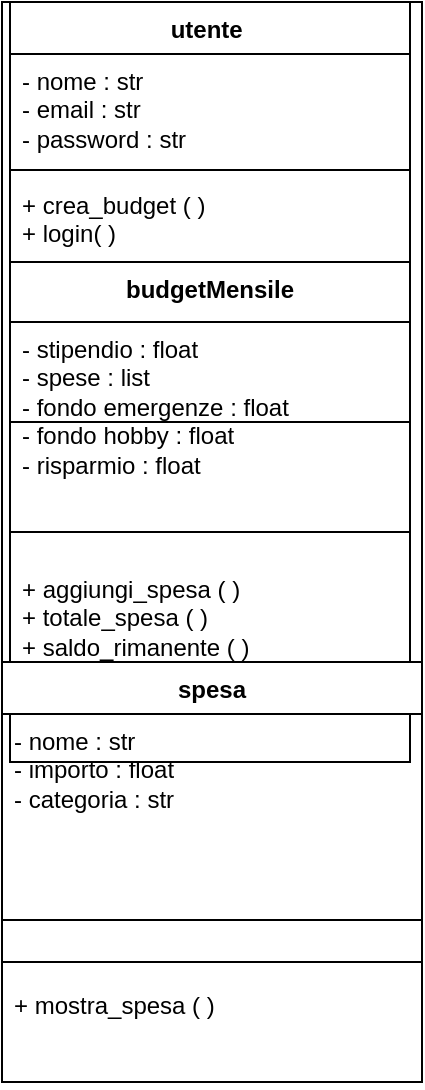
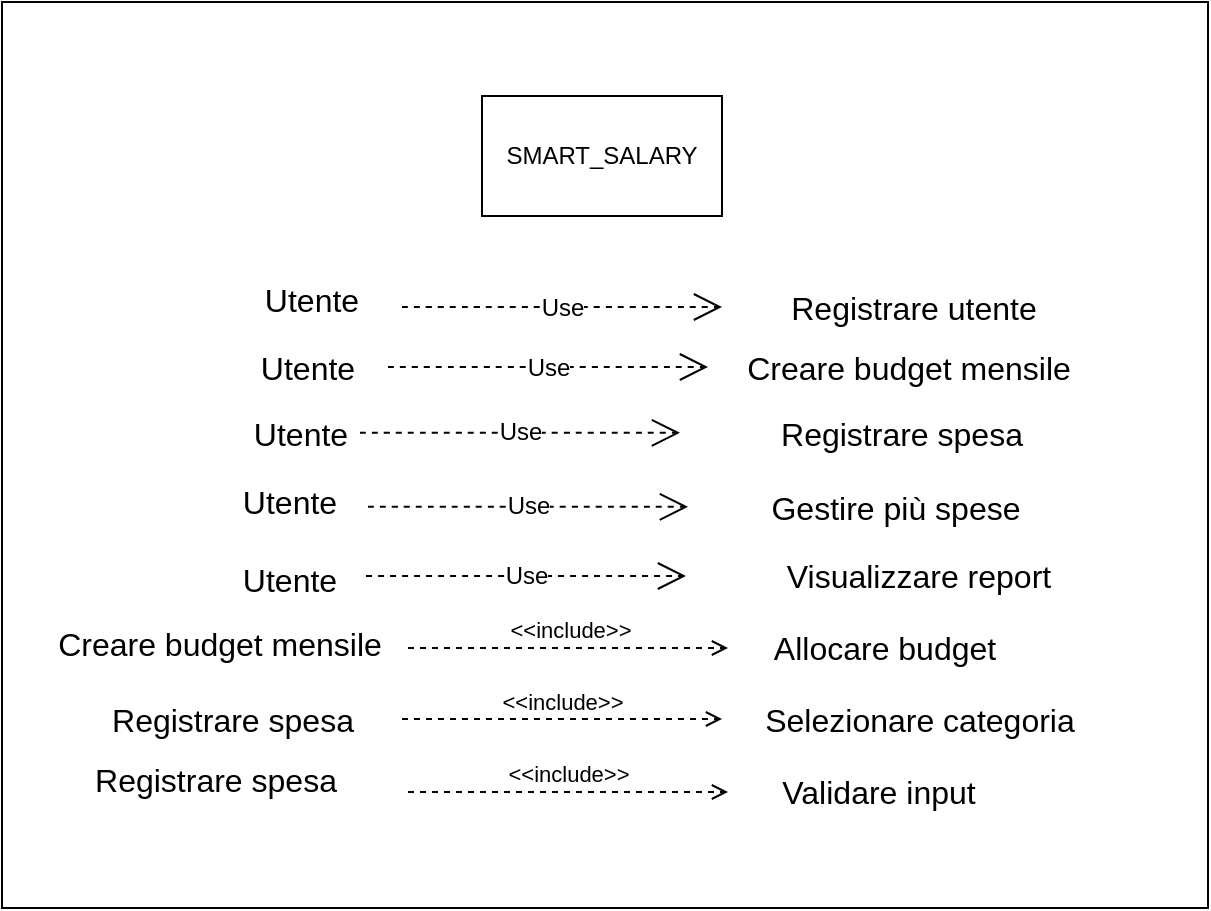
- <mxfile host="app.diagrams.net" pages="5">
-   <diagram name="Pagina-1" id="ZbweDoqfiL_EkxP2GZG-">
-     <mxGraphModel dx="3215" dy="530" grid="1" gridSize="10" guides="1" tooltips="1" connect="1" arrows="1" fold="1" page="1" pageScale="1" pageWidth="827" pageHeight="1169" math="0" shadow="0">
-       <root>
-         <mxCell id="0" />
-         <mxCell id="1" parent="0" />
-         <mxCell id="1-ks2WcSVF7xkuIxH-jl-20" parent="1" style="rounded=0;whiteSpace=wrap;html=1;" value="" vertex="1">
-           <mxGeometry height="480" width="210" x="410" y="140" as="geometry" />
-         </mxCell>
-         <mxCell id="1-ks2WcSVF7xkuIxH-jl-22" parent="1" style="swimlane;fontStyle=1;align=center;verticalAlign=top;childLayout=stackLayout;horizontal=1;startSize=26;horizontalStack=0;resizeParent=1;resizeParentMax=0;resizeLast=0;collapsible=1;marginBottom=0;whiteSpace=wrap;html=1;" value="utente&amp;nbsp;" vertex="1">
-           <mxGeometry height="210" width="200" x="414" y="140" as="geometry" />
-         </mxCell>
-         <mxCell id="1-ks2WcSVF7xkuIxH-jl-23" parent="1-ks2WcSVF7xkuIxH-jl-22" style="text;strokeColor=none;fillColor=none;align=left;verticalAlign=top;spacingLeft=4;spacingRight=4;overflow=hidden;rotatable=0;points=[[0,0.5],[1,0.5]];portConstraint=eastwest;whiteSpace=wrap;html=1;" value="- nome : str&amp;nbsp;&lt;div&gt;- email : str&amp;nbsp;&lt;/div&gt;&lt;div&gt;- password : str&amp;nbsp;&lt;/div&gt;" vertex="1">
-           <mxGeometry height="54" width="200" y="26" as="geometry" />
-         </mxCell>
-         <mxCell id="1-ks2WcSVF7xkuIxH-jl-24" parent="1-ks2WcSVF7xkuIxH-jl-22" style="line;strokeWidth=1;fillColor=none;align=left;verticalAlign=middle;spacingTop=-1;spacingLeft=3;spacingRight=3;rotatable=0;labelPosition=right;points=[];portConstraint=eastwest;strokeColor=inherit;" value="" vertex="1">
-           <mxGeometry height="8" width="200" y="80" as="geometry" />
-         </mxCell>
-         <mxCell id="1-ks2WcSVF7xkuIxH-jl-25" parent="1-ks2WcSVF7xkuIxH-jl-22" style="text;strokeColor=none;fillColor=none;align=left;verticalAlign=top;spacingLeft=4;spacingRight=4;overflow=hidden;rotatable=0;points=[[0,0.5],[1,0.5]];portConstraint=eastwest;whiteSpace=wrap;html=1;" value="+ crea_budget ( )&amp;nbsp;&lt;div&gt;+ login( )&amp;nbsp;&lt;/div&gt;" vertex="1">
-           <mxGeometry height="122" width="200" y="88" as="geometry" />
-         </mxCell>
-         <mxCell id="1-ks2WcSVF7xkuIxH-jl-26" parent="1" style="swimlane;fontStyle=1;align=center;verticalAlign=top;childLayout=stackLayout;horizontal=1;startSize=30;horizontalStack=0;resizeParent=1;resizeParentMax=0;resizeLast=0;collapsible=1;marginBottom=0;whiteSpace=wrap;html=1;" value="budgetMensile" vertex="1">
-           <mxGeometry height="250" width="200" x="414" y="270" as="geometry" />
-         </mxCell>
-         <mxCell id="1-ks2WcSVF7xkuIxH-jl-27" parent="1-ks2WcSVF7xkuIxH-jl-26" style="text;strokeColor=none;fillColor=none;align=left;verticalAlign=top;spacingLeft=4;spacingRight=4;overflow=hidden;rotatable=0;points=[[0,0.5],[1,0.5]];portConstraint=eastwest;whiteSpace=wrap;html=1;" value="- stipendio : float&amp;nbsp;&lt;div&gt;&lt;div&gt;- spese : list&amp;nbsp;&lt;br&gt;&lt;/div&gt;&lt;div&gt;- fondo emergenze : float&amp;nbsp;&lt;/div&gt;&lt;div&gt;- fondo hobby : float&amp;nbsp;&lt;/div&gt;&lt;div&gt;- risparmio : float&amp;nbsp;&lt;/div&gt;&lt;div&gt;&lt;br&gt;&lt;/div&gt;&lt;div&gt;&lt;br&gt;&lt;/div&gt;&lt;/div&gt;" vertex="1">
-           <mxGeometry height="90" width="200" y="30" as="geometry" />
-         </mxCell>
-         <mxCell id="1-ks2WcSVF7xkuIxH-jl-28" parent="1-ks2WcSVF7xkuIxH-jl-26" style="line;strokeWidth=1;fillColor=none;align=left;verticalAlign=middle;spacingTop=-1;spacingLeft=3;spacingRight=3;rotatable=0;labelPosition=right;points=[];portConstraint=eastwest;strokeColor=inherit;" value="" vertex="1">
-           <mxGeometry height="30" width="200" y="120" as="geometry" />
-         </mxCell>
-         <mxCell id="1-ks2WcSVF7xkuIxH-jl-29" parent="1-ks2WcSVF7xkuIxH-jl-26" style="text;strokeColor=none;fillColor=none;align=left;verticalAlign=top;spacingLeft=4;spacingRight=4;overflow=hidden;rotatable=0;points=[[0,0.5],[1,0.5]];portConstraint=eastwest;whiteSpace=wrap;html=1;" value="+ aggiungi_spesa ( )&lt;div&gt;+ totale_spesa ( )&lt;/div&gt;&lt;div&gt;+ saldo_rimanente ( )&amp;nbsp;&lt;/div&gt;&lt;div&gt;+ mostra_budget ( )&lt;/div&gt;" vertex="1">
-           <mxGeometry height="100" width="200" y="150" as="geometry" />
-         </mxCell>
-         <mxCell id="1-ks2WcSVF7xkuIxH-jl-30" parent="1" style="swimlane;fontStyle=1;align=center;verticalAlign=top;childLayout=stackLayout;horizontal=1;startSize=26;horizontalStack=0;resizeParent=1;resizeParentMax=0;resizeLast=0;collapsible=1;marginBottom=0;whiteSpace=wrap;html=1;" value="spesa" vertex="1">
-           <mxGeometry height="210" width="210" x="410" y="470" as="geometry" />
-         </mxCell>
-         <mxCell id="1-ks2WcSVF7xkuIxH-jl-31" parent="1-ks2WcSVF7xkuIxH-jl-30" style="text;strokeColor=none;fillColor=none;align=left;verticalAlign=top;spacingLeft=4;spacingRight=4;overflow=hidden;rotatable=0;points=[[0,0.5],[1,0.5]];portConstraint=eastwest;whiteSpace=wrap;html=1;" value="- nome : str&amp;nbsp;&lt;div&gt;- importo : float&amp;nbsp;&lt;/div&gt;&lt;div&gt;- categoria : str&amp;nbsp;&lt;/div&gt;" vertex="1">
-           <mxGeometry height="74" width="210" y="26" as="geometry" />
-         </mxCell>
-         <mxCell id="1-ks2WcSVF7xkuIxH-jl-32" parent="1-ks2WcSVF7xkuIxH-jl-30" style="line;strokeWidth=1;fillColor=none;align=left;verticalAlign=middle;spacingTop=-1;spacingLeft=3;spacingRight=3;rotatable=0;labelPosition=right;points=[];portConstraint=eastwest;strokeColor=inherit;" value="" vertex="1">
-           <mxGeometry height="58" width="210" y="100" as="geometry" />
-         </mxCell>
-         <mxCell id="1-ks2WcSVF7xkuIxH-jl-33" parent="1-ks2WcSVF7xkuIxH-jl-30" style="text;strokeColor=none;fillColor=none;align=left;verticalAlign=top;spacingLeft=4;spacingRight=4;overflow=hidden;rotatable=0;points=[[0,0.5],[1,0.5]];portConstraint=eastwest;whiteSpace=wrap;html=1;" value="+ mostra_spesa ( )" vertex="1">
-           <mxGeometry height="52" width="210" y="158" as="geometry" />
-         </mxCell>
-       </root>
-     </mxGraphModel>
-   </diagram>
+ <mxfile host="app.diagrams.net" pages="4">
  <diagram id="Hg2pPjG-ud1Y0xoN9laT" name="Pagina-2">
    <mxGraphModel dx="1030" dy="692" grid="0" gridSize="10" guides="1" tooltips="1" connect="1" arrows="1" fold="1" page="0" pageScale="1" pageWidth="827" pageHeight="1169" math="0" shadow="0">
      <root>
        <mxCell id="0" />
        <mxCell id="1" parent="0" />
        <mxCell id="_vh80ju9i2J5CANlufvW-1" parent="1" style="rounded=0;whiteSpace=wrap;html=1;" value="" vertex="1">
          <mxGeometry height="453" width="603" x="-71" y="14" as="geometry" />
        </mxCell>
        <mxCell id="_vh80ju9i2J5CANlufvW-9" parent="1" style="text;html=1;whiteSpace=wrap;strokeColor=none;fillColor=none;align=center;verticalAlign=middle;rounded=0;fontSize=16;" value="Registrare utente" vertex="1">
          <mxGeometry height="30" width="172" x="299" y="152" as="geometry" />
        </mxCell>
        <mxCell id="_vh80ju9i2J5CANlufvW-10" parent="1" style="text;html=1;whiteSpace=wrap;strokeColor=none;fillColor=none;align=center;verticalAlign=middle;rounded=0;fontSize=16;" value="Utente" vertex="1">
          <mxGeometry height="30" width="60" x="54" y="148" as="geometry" />
        </mxCell>
        <mxCell id="_vh80ju9i2J5CANlufvW-13" parent="1" style="text;html=1;whiteSpace=wrap;strokeColor=none;fillColor=none;align=center;verticalAlign=middle;rounded=0;fontSize=16;" value="Utente" vertex="1">
          <mxGeometry height="30" width="60" x="52" y="182" as="geometry" />
        </mxCell>
        <mxCell id="_vh80ju9i2J5CANlufvW-14" parent="1" style="text;html=1;whiteSpace=wrap;strokeColor=none;fillColor=none;align=center;verticalAlign=middle;rounded=0;fontSize=16;" value="Creare budget mensile" vertex="1">
          <mxGeometry height="30" width="255" x="255" y="182" as="geometry" />
        </mxCell>
        <mxCell id="_vh80ju9i2J5CANlufvW-16" parent="1" style="text;html=1;whiteSpace=wrap;strokeColor=none;fillColor=none;align=center;verticalAlign=middle;rounded=0;fontSize=16;" value="Utente" vertex="1">
          <mxGeometry height="30" width="67" x="45" y="215" as="geometry" />
        </mxCell>
        <mxCell id="_vh80ju9i2J5CANlufvW-17" parent="1" style="text;html=1;whiteSpace=wrap;strokeColor=none;fillColor=none;align=center;verticalAlign=middle;rounded=0;fontSize=16;" value="Registrare spesa" vertex="1">
          <mxGeometry height="30" width="230" x="264" y="215" as="geometry" />
        </mxCell>
        <mxCell id="_vh80ju9i2J5CANlufvW-19" edge="1" parent="1" style="endArrow=open;endSize=12;dashed=1;html=1;rounded=0;fontSize=12;curved=1;" value="Use">
          <mxGeometry relative="1" width="160" as="geometry">
            <mxPoint as="offset" />
            <Array as="points">
              <mxPoint x="223" y="301" />
            </Array>
            <mxPoint x="111" y="301" as="sourcePoint" />
            <mxPoint x="271" y="301" as="targetPoint" />
          </mxGeometry>
        </mxCell>
        <mxCell id="_vh80ju9i2J5CANlufvW-20" edge="1" parent="1" style="endArrow=open;endSize=12;dashed=1;html=1;rounded=0;fontSize=12;curved=1;" value="Use">
          <mxGeometry relative="1" width="160" as="geometry">
            <mxPoint as="offset" />
            <Array as="points" />
            <mxPoint x="112" y="266.41" as="sourcePoint" />
            <mxPoint x="272" y="266.41" as="targetPoint" />
          </mxGeometry>
        </mxCell>
        <mxCell id="_vh80ju9i2J5CANlufvW-22" parent="1" style="text;html=1;whiteSpace=wrap;strokeColor=none;fillColor=none;align=center;verticalAlign=middle;rounded=0;fontSize=16;" value="Utente" vertex="1">
          <mxGeometry height="30" width="60" x="42.5" y="249" as="geometry" />
        </mxCell>
        <mxCell id="_vh80ju9i2J5CANlufvW-23" parent="1" style="text;html=1;whiteSpace=wrap;strokeColor=none;fillColor=none;align=center;verticalAlign=middle;rounded=0;fontSize=16;" value="Gestire più spese" vertex="1">
          <mxGeometry height="30" width="174" x="289" y="252" as="geometry" />
        </mxCell>
        <mxCell id="_vh80ju9i2J5CANlufvW-24" parent="1" style="text;html=1;whiteSpace=wrap;strokeColor=none;fillColor=none;align=center;verticalAlign=middle;rounded=0;fontSize=16;" value="Utente" vertex="1">
          <mxGeometry height="30" width="60" x="42.5" y="288" as="geometry" />
        </mxCell>
        <mxCell id="_vh80ju9i2J5CANlufvW-25" parent="1" style="text;html=1;whiteSpace=wrap;strokeColor=none;fillColor=none;align=center;verticalAlign=middle;rounded=0;fontSize=16;" value="Visualizzare report" vertex="1">
          <mxGeometry height="30" width="213" x="281" y="286" as="geometry" />
        </mxCell>
        <mxCell id="_vh80ju9i2J5CANlufvW-30" parent="1" style="text;html=1;whiteSpace=wrap;strokeColor=none;fillColor=none;align=center;verticalAlign=middle;rounded=0;fontSize=16;" value="Registrare spesa" vertex="1">
          <mxGeometry height="30" width="148.5" x="-30" y="358" as="geometry" />
        </mxCell>
        <mxCell id="_vh80ju9i2J5CANlufvW-32" parent="1" style="text;html=1;whiteSpace=wrap;strokeColor=none;fillColor=none;align=center;verticalAlign=middle;rounded=0;fontSize=16;" value="Selezionare categoria" vertex="1">
          <mxGeometry height="30" width="238" x="268.5" y="358" as="geometry" />
        </mxCell>
        <mxCell id="_vh80ju9i2J5CANlufvW-33" edge="1" parent="1" style="endArrow=open;endSize=12;dashed=1;html=1;rounded=0;fontSize=12;curved=1;" value="Use">
          <mxGeometry relative="1" width="160" as="geometry">
            <mxPoint x="108" y="229.41" as="sourcePoint" />
            <mxPoint x="268" y="229.41" as="targetPoint" />
          </mxGeometry>
        </mxCell>
        <mxCell id="_vh80ju9i2J5CANlufvW-34" edge="1" parent="1" style="endArrow=open;endSize=12;dashed=1;html=1;rounded=0;fontSize=12;curved=1;" value="Use">
          <mxGeometry relative="1" width="160" as="geometry">
            <mxPoint x="122" y="196.5" as="sourcePoint" />
            <mxPoint x="282" y="196.5" as="targetPoint" />
          </mxGeometry>
        </mxCell>
        <mxCell id="_vh80ju9i2J5CANlufvW-35" parent="1" style="whiteSpace=wrap;html=1;" value="SMART_SALARY" vertex="1">
          <mxGeometry height="60" width="120" x="169" y="61" as="geometry" />
        </mxCell>
        <mxCell id="EoRZ2p-oOsGq0fFAATfX-17" parent="1" style="text;html=1;whiteSpace=wrap;strokeColor=none;fillColor=none;align=center;verticalAlign=middle;rounded=0;fontSize=16;" value="Validare input" vertex="1">
          <mxGeometry height="30" width="225" x="255" y="394" as="geometry" />
        </mxCell>
        <mxCell id="EoRZ2p-oOsGq0fFAATfX-18" parent="1" style="text;html=1;whiteSpace=wrap;strokeColor=none;fillColor=none;align=center;verticalAlign=middle;rounded=0;fontSize=16;" value="Registrare spesa" vertex="1">
          <mxGeometry height="30" width="133.5" x="-31" y="388" as="geometry" />
        </mxCell>
        <mxCell id="v6jFZjv9my2g0ShLtgoS-1" edge="1" parent="1" style="endArrow=open;endSize=12;dashed=1;html=1;rounded=0;fontSize=12;curved=1;" value="Use">
          <mxGeometry relative="1" width="160" as="geometry">
            <mxPoint x="129" y="166.5" as="sourcePoint" />
            <mxPoint x="289" y="166.5" as="targetPoint" />
          </mxGeometry>
        </mxCell>
        <mxCell id="fF_D-x0YhXEa8wNRLYrA-1" edge="1" parent="1" style="html=1;verticalAlign=bottom;labelBackgroundColor=none;endArrow=open;endFill=0;dashed=1;rounded=0;" value="&amp;lt;&amp;lt;include&amp;gt;&amp;gt;">
          <mxGeometry relative="1" width="160" x="0.0125" as="geometry">
            <mxPoint as="offset" />
            <mxPoint x="132" y="337" as="sourcePoint" />
            <mxPoint x="292" y="337" as="targetPoint" />
          </mxGeometry>
        </mxCell>
        <mxCell id="fF_D-x0YhXEa8wNRLYrA-2" parent="1" style="text;html=1;whiteSpace=wrap;strokeColor=none;fillColor=none;align=center;verticalAlign=middle;rounded=0;fontSize=16;" value="Creare budget mensile" vertex="1">
          <mxGeometry height="30" width="218" x="-71" y="320" as="geometry" />
        </mxCell>
        <mxCell id="fF_D-x0YhXEa8wNRLYrA-3" parent="1" style="text;html=1;whiteSpace=wrap;strokeColor=none;fillColor=none;align=center;verticalAlign=middle;rounded=0;fontSize=16;" value="Allocare budget" vertex="1">
          <mxGeometry height="30" width="213" x="264" y="322" as="geometry" />
        </mxCell>
        <mxCell id="fF_D-x0YhXEa8wNRLYrA-4" edge="1" parent="1" style="html=1;verticalAlign=bottom;labelBackgroundColor=none;endArrow=open;endFill=0;dashed=1;rounded=0;" value="&amp;lt;&amp;lt;include&amp;gt;&amp;gt;">
          <mxGeometry relative="1" width="160" as="geometry">
            <mxPoint x="129" y="372.5" as="sourcePoint" />
            <mxPoint x="289" y="372.5" as="targetPoint" />
          </mxGeometry>
        </mxCell>
        <mxCell id="fF_D-x0YhXEa8wNRLYrA-5" edge="1" parent="1" style="html=1;verticalAlign=bottom;labelBackgroundColor=none;endArrow=open;endFill=0;dashed=1;rounded=0;" value="&amp;lt;&amp;lt;include&amp;gt;&amp;gt;">
          <mxGeometry relative="1" width="160" as="geometry">
            <mxPoint x="132" y="409" as="sourcePoint" />
            <mxPoint x="292" y="409" as="targetPoint" />
          </mxGeometry>
        </mxCell>
      </root>
    </mxGraphModel>
  </diagram>
  <diagram id="mcoDkWA3a-CiIypFmD-Z" name="Pagina-3">
    <mxGraphModel dx="840" dy="1323" grid="0" gridSize="10" guides="1" tooltips="1" connect="1" arrows="1" fold="1" page="0" pageScale="1" pageWidth="827" pageHeight="1169" math="0" shadow="0">
      <root>
        <mxCell id="0" />
        <mxCell id="1" parent="0" />
        <mxCell id="xCYKCblLVgsljZJYWA-N-1" parent="1" style="swimlane;fontStyle=1;align=center;verticalAlign=top;childLayout=stackLayout;horizontal=1;startSize=26;horizontalStack=0;resizeParent=1;resizeParentMax=0;resizeLast=0;collapsible=1;marginBottom=0;whiteSpace=wrap;html=1;" value="utente" vertex="1">
          <mxGeometry height="137" width="389" x="23" y="-203" as="geometry" />
        </mxCell>
        <mxCell id="xCYKCblLVgsljZJYWA-N-2" parent="xCYKCblLVgsljZJYWA-N-1" style="text;strokeColor=none;fillColor=none;align=left;verticalAlign=top;spacingLeft=4;spacingRight=4;overflow=hidden;rotatable=0;points=[[0,0.5],[1,0.5]];portConstraint=eastwest;whiteSpace=wrap;html=1;" value="- nome : str&amp;nbsp;&lt;div&gt;- email : str&lt;/div&gt;&lt;div&gt;- budget : BudgetMensile&amp;nbsp;&lt;/div&gt;" vertex="1">
          <mxGeometry height="54" width="389" y="26" as="geometry" />
        </mxCell>
        <mxCell id="xCYKCblLVgsljZJYWA-N-3" parent="xCYKCblLVgsljZJYWA-N-1" style="line;strokeWidth=1;fillColor=none;align=left;verticalAlign=middle;spacingTop=-1;spacingLeft=3;spacingRight=3;rotatable=0;labelPosition=right;points=[];portConstraint=eastwest;strokeColor=inherit;" value="" vertex="1">
          <mxGeometry height="8" width="389" y="80" as="geometry" />
        </mxCell>
        <mxCell id="xCYKCblLVgsljZJYWA-N-4" parent="xCYKCblLVgsljZJYWA-N-1" style="text;strokeColor=none;fillColor=none;align=left;verticalAlign=top;spacingLeft=4;spacingRight=4;overflow=hidden;rotatable=0;points=[[0,0.5],[1,0.5]];portConstraint=eastwest;whiteSpace=wrap;html=1;" value="+ assegna_budget()&amp;nbsp;&lt;div&gt;+ lmostra_utente()&amp;nbsp;&lt;/div&gt;" vertex="1">
          <mxGeometry height="49" width="389" y="88" as="geometry" />
        </mxCell>
        <mxCell id="xCYKCblLVgsljZJYWA-N-5" parent="1" style="swimlane;fontStyle=1;align=center;verticalAlign=top;childLayout=stackLayout;horizontal=1;startSize=26;horizontalStack=0;resizeParent=1;resizeParentMax=0;resizeLast=0;collapsible=1;marginBottom=0;whiteSpace=wrap;html=1;" value="BudgetMensile" vertex="1">
          <mxGeometry height="186" width="388" x="22" y="-66" as="geometry" />
        </mxCell>
        <mxCell id="xCYKCblLVgsljZJYWA-N-6" parent="xCYKCblLVgsljZJYWA-N-5" style="text;strokeColor=none;fillColor=none;align=left;verticalAlign=top;spacingLeft=4;spacingRight=4;overflow=hidden;rotatable=0;points=[[0,0.5],[1,0.5]];portConstraint=eastwest;whiteSpace=wrap;html=1;" value="- stipendio : float&amp;nbsp;&lt;div&gt;- saldo : float&amp;nbsp;&lt;/div&gt;&lt;div&gt;- categorie : List&amp;nbsp;&lt;/div&gt;&lt;div&gt;- fondi : List&lt;/div&gt;&lt;div&gt;- spese : List&lt;/div&gt;" vertex="1">
          <mxGeometry height="82" width="388" y="26" as="geometry" />
        </mxCell>
        <mxCell id="xCYKCblLVgsljZJYWA-N-7" parent="xCYKCblLVgsljZJYWA-N-5" style="line;strokeWidth=1;fillColor=none;align=left;verticalAlign=middle;spacingTop=-1;spacingLeft=3;spacingRight=3;rotatable=0;labelPosition=right;points=[];portConstraint=eastwest;strokeColor=inherit;" value="" vertex="1">
          <mxGeometry height="8" width="388" y="108" as="geometry" />
        </mxCell>
        <mxCell id="xCYKCblLVgsljZJYWA-N-8" parent="xCYKCblLVgsljZJYWA-N-5" style="text;strokeColor=none;fillColor=none;align=left;verticalAlign=top;spacingLeft=4;spacingRight=4;overflow=hidden;rotatable=0;points=[[0,0.5],[1,0.5]];portConstraint=eastwest;whiteSpace=wrap;html=1;" value="+ aggiungi_categoria()&amp;nbsp;&lt;div&gt;&lt;div&gt;+ aggiungi_fondo()&lt;/div&gt;&lt;div&gt;+ aggiungi_spesa()&lt;/div&gt;&lt;div&gt;+ mostra_budget()&amp;nbsp;&lt;/div&gt;&lt;/div&gt;" vertex="1">
          <mxGeometry height="70" width="388" y="116" as="geometry" />
        </mxCell>
        <mxCell id="xCYKCblLVgsljZJYWA-N-9" parent="1" style="swimlane;fontStyle=1;align=center;verticalAlign=top;childLayout=stackLayout;horizontal=1;startSize=26;horizontalStack=0;resizeParent=1;resizeParentMax=0;resizeLast=0;collapsible=1;marginBottom=0;whiteSpace=wrap;html=1;" value="spesa" vertex="1">
          <mxGeometry height="120" width="389" x="22" y="350" as="geometry" />
        </mxCell>
        <mxCell id="xCYKCblLVgsljZJYWA-N-10" parent="xCYKCblLVgsljZJYWA-N-9" style="text;strokeColor=none;fillColor=none;align=left;verticalAlign=top;spacingLeft=4;spacingRight=4;overflow=hidden;rotatable=0;points=[[0,0.5],[1,0.5]];portConstraint=eastwest;whiteSpace=wrap;html=1;" value="- nome : str&amp;nbsp;&lt;div&gt;- importo : float&amp;nbsp;&lt;/div&gt;&lt;div&gt;- categoria : Categoria&lt;/div&gt;" vertex="1">
          <mxGeometry height="54" width="389" y="26" as="geometry" />
        </mxCell>
        <mxCell id="xCYKCblLVgsljZJYWA-N-11" parent="xCYKCblLVgsljZJYWA-N-9" style="line;strokeWidth=1;fillColor=none;align=left;verticalAlign=middle;spacingTop=-1;spacingLeft=3;spacingRight=3;rotatable=0;labelPosition=right;points=[];portConstraint=eastwest;strokeColor=inherit;" value="" vertex="1">
          <mxGeometry height="8" width="389" y="80" as="geometry" />
        </mxCell>
        <mxCell id="xCYKCblLVgsljZJYWA-N-12" parent="xCYKCblLVgsljZJYWA-N-9" style="text;strokeColor=none;fillColor=none;align=left;verticalAlign=top;spacingLeft=4;spacingRight=4;overflow=hidden;rotatable=0;points=[[0,0.5],[1,0.5]];portConstraint=eastwest;whiteSpace=wrap;html=1;" value="+ mostra_spesa ()&amp;nbsp;" vertex="1">
          <mxGeometry height="32" width="389" y="88" as="geometry" />
        </mxCell>
        <mxCell id="xCYKCblLVgsljZJYWA-N-13" parent="1" style="swimlane;fontStyle=1;align=center;verticalAlign=top;childLayout=stackLayout;horizontal=1;startSize=26;horizontalStack=0;resizeParent=1;resizeParentMax=0;resizeLast=0;collapsible=1;marginBottom=0;whiteSpace=wrap;html=1;" value="fondo" vertex="1">
          <mxGeometry height="117" width="389" x="22" y="233" as="geometry" />
        </mxCell>
        <mxCell id="xCYKCblLVgsljZJYWA-N-14" parent="xCYKCblLVgsljZJYWA-N-13" style="text;strokeColor=none;fillColor=none;align=left;verticalAlign=top;spacingLeft=4;spacingRight=4;overflow=hidden;rotatable=0;points=[[0,0.5],[1,0.5]];portConstraint=eastwest;whiteSpace=wrap;html=1;" value="- nome : str &amp;nbsp;&lt;div&gt;- saldo : float&amp;nbsp;&lt;/div&gt;" vertex="1">
          <mxGeometry height="41" width="389" y="26" as="geometry" />
        </mxCell>
        <mxCell id="xCYKCblLVgsljZJYWA-N-15" parent="xCYKCblLVgsljZJYWA-N-13" style="line;strokeWidth=1;fillColor=none;align=left;verticalAlign=middle;spacingTop=-1;spacingLeft=3;spacingRight=3;rotatable=0;labelPosition=right;points=[];portConstraint=eastwest;strokeColor=inherit;" value="" vertex="1">
          <mxGeometry height="8" width="389" y="67" as="geometry" />
        </mxCell>
        <mxCell id="xCYKCblLVgsljZJYWA-N-16" parent="xCYKCblLVgsljZJYWA-N-13" style="text;strokeColor=none;fillColor=none;align=left;verticalAlign=top;spacingLeft=4;spacingRight=4;overflow=hidden;rotatable=0;points=[[0,0.5],[1,0.5]];portConstraint=eastwest;whiteSpace=wrap;html=1;" value="+ aggiungi_importo()&lt;div&gt;+ mostra_fondo()&amp;nbsp;&lt;/div&gt;" vertex="1">
          <mxGeometry height="42" width="389" y="75" as="geometry" />
        </mxCell>
        <mxCell id="xCYKCblLVgsljZJYWA-N-17" parent="1" style="swimlane;fontStyle=1;align=center;verticalAlign=top;childLayout=stackLayout;horizontal=1;startSize=26;horizontalStack=0;resizeParent=1;resizeParentMax=0;resizeLast=0;collapsible=1;marginBottom=0;whiteSpace=wrap;html=1;" value="categoria" vertex="1">
          <mxGeometry height="113" width="388" x="22" y="120" as="geometry" />
        </mxCell>
        <mxCell id="xCYKCblLVgsljZJYWA-N-18" parent="xCYKCblLVgsljZJYWA-N-17" style="text;strokeColor=none;fillColor=none;align=left;verticalAlign=top;spacingLeft=4;spacingRight=4;overflow=hidden;rotatable=0;points=[[0,0.5],[1,0.5]];portConstraint=eastwest;whiteSpace=wrap;html=1;" value="- nome : str&amp;nbsp;&lt;div&gt;- priorita : int&amp;nbsp;&lt;/div&gt;&lt;div&gt;- percentuale : float&amp;nbsp;&lt;/div&gt;" vertex="1">
          <mxGeometry height="53" width="388" y="26" as="geometry" />
        </mxCell>
        <mxCell id="xCYKCblLVgsljZJYWA-N-19" parent="xCYKCblLVgsljZJYWA-N-17" style="line;strokeWidth=1;fillColor=none;align=left;verticalAlign=middle;spacingTop=-1;spacingLeft=3;spacingRight=3;rotatable=0;labelPosition=right;points=[];portConstraint=eastwest;strokeColor=inherit;" value="" vertex="1">
          <mxGeometry height="8" width="388" y="79" as="geometry" />
        </mxCell>
        <mxCell id="xCYKCblLVgsljZJYWA-N-20" parent="xCYKCblLVgsljZJYWA-N-17" style="text;strokeColor=none;fillColor=none;align=left;verticalAlign=top;spacingLeft=4;spacingRight=4;overflow=hidden;rotatable=0;points=[[0,0.5],[1,0.5]];portConstraint=eastwest;whiteSpace=wrap;html=1;" value="+ mostra_categoria()" vertex="1">
          <mxGeometry height="26" width="388" y="87" as="geometry" />
        </mxCell>
        <mxCell id="xCYKCblLVgsljZJYWA-N-33" parent="1" style="swimlane;fontStyle=0;childLayout=stackLayout;horizontal=1;startSize=26;fillColor=none;horizontalStack=0;resizeParent=1;resizeParentMax=0;resizeLast=0;collapsible=1;marginBottom=0;whiteSpace=wrap;html=1;" value="APPCONTROLLER&amp;nbsp;" vertex="1">
          <mxGeometry height="52" width="387" x="22" y="787" as="geometry" />
        </mxCell>
        <mxCell id="xCYKCblLVgsljZJYWA-N-34" parent="xCYKCblLVgsljZJYWA-N-33" style="text;strokeColor=none;fillColor=none;align=left;verticalAlign=top;spacingLeft=4;spacingRight=4;overflow=hidden;rotatable=0;points=[[0,0.5],[1,0.5]];portConstraint=eastwest;whiteSpace=wrap;html=1;" value="+ start ()&amp;nbsp;" vertex="1">
          <mxGeometry height="26" width="387" y="26" as="geometry" />
        </mxCell>
        <mxCell id="xCYKCblLVgsljZJYWA-N-37" parent="1" style="swimlane;fontStyle=0;childLayout=stackLayout;horizontal=1;startSize=26;fillColor=none;horizontalStack=0;resizeParent=1;resizeParentMax=0;resizeLast=0;collapsible=1;marginBottom=0;whiteSpace=wrap;html=1;" value="BudgetService" vertex="1">
          <mxGeometry height="104" width="391" x="22" y="470" as="geometry" />
        </mxCell>
        <mxCell id="xCYKCblLVgsljZJYWA-N-38" parent="xCYKCblLVgsljZJYWA-N-37" style="text;strokeColor=none;fillColor=none;align=left;verticalAlign=top;spacingLeft=4;spacingRight=4;overflow=hidden;rotatable=0;points=[[0,0.5],[1,0.5]];portConstraint=eastwest;whiteSpace=wrap;html=1;" value="+ crea_budeget()&amp;nbsp;" vertex="1">
          <mxGeometry height="26" width="391" y="26" as="geometry" />
        </mxCell>
        <mxCell id="xCYKCblLVgsljZJYWA-N-39" parent="xCYKCblLVgsljZJYWA-N-37" style="text;strokeColor=none;fillColor=none;align=left;verticalAlign=top;spacingLeft=4;spacingRight=4;overflow=hidden;rotatable=0;points=[[0,0.5],[1,0.5]];portConstraint=eastwest;whiteSpace=wrap;html=1;" value="+ aggiungi_categoria()&amp;nbsp;" vertex="1">
          <mxGeometry height="26" width="391" y="52" as="geometry" />
        </mxCell>
        <mxCell id="xCYKCblLVgsljZJYWA-N-40" parent="xCYKCblLVgsljZJYWA-N-37" style="text;strokeColor=none;fillColor=none;align=left;verticalAlign=top;spacingLeft=4;spacingRight=4;overflow=hidden;rotatable=0;points=[[0,0.5],[1,0.5]];portConstraint=eastwest;whiteSpace=wrap;html=1;" value="+ aggiungi_spesa()&amp;nbsp;" vertex="1">
          <mxGeometry height="26" width="391" y="78" as="geometry" />
        </mxCell>
        <mxCell id="xCYKCblLVgsljZJYWA-N-41" parent="1" style="swimlane;fontStyle=0;childLayout=stackLayout;horizontal=1;startSize=26;fillColor=none;horizontalStack=0;resizeParent=1;resizeParentMax=0;resizeLast=0;collapsible=1;marginBottom=0;whiteSpace=wrap;html=1;" value="&lt;span style=&quot;font-weight: 700;&quot;&gt;REPORTSERVICE&lt;/span&gt;" vertex="1">
          <mxGeometry height="52" width="388" x="22.5" y="626" as="geometry" />
        </mxCell>
        <mxCell id="xCYKCblLVgsljZJYWA-N-44" parent="xCYKCblLVgsljZJYWA-N-41" style="text;strokeColor=none;fillColor=none;align=left;verticalAlign=top;spacingLeft=4;spacingRight=4;overflow=hidden;rotatable=0;points=[[0,0.5],[1,0.5]];portConstraint=eastwest;whiteSpace=wrap;html=1;" value="+ genera_report ()&amp;nbsp;" vertex="1">
          <mxGeometry height="26" width="388" y="26" as="geometry" />
        </mxCell>
        <mxCell id="xCYKCblLVgsljZJYWA-N-45" parent="1" style="swimlane;fontStyle=0;childLayout=stackLayout;horizontal=1;startSize=26;fillColor=none;horizontalStack=0;resizeParent=1;resizeParentMax=0;resizeLast=0;collapsible=1;marginBottom=0;whiteSpace=wrap;html=1;" value="AllocazioneService" vertex="1">
          <mxGeometry height="52" width="388" x="22" y="574" as="geometry" />
        </mxCell>
        <mxCell id="xCYKCblLVgsljZJYWA-N-46" parent="xCYKCblLVgsljZJYWA-N-45" style="text;strokeColor=none;fillColor=none;align=left;verticalAlign=top;spacingLeft=4;spacingRight=4;overflow=hidden;rotatable=0;points=[[0,0.5],[1,0.5]];portConstraint=eastwest;whiteSpace=wrap;html=1;" value="+ alloca_budget()&amp;nbsp;" vertex="1">
          <mxGeometry height="26" width="388" y="26" as="geometry" />
        </mxCell>
        <mxCell id="Aq6hCuk4bC-hq_E02iHc-1" parent="1" style="swimlane;fontStyle=1;align=center;verticalAlign=top;childLayout=stackLayout;horizontal=1;startSize=26;horizontalStack=0;resizeParent=1;resizeParentMax=0;resizeLast=0;collapsible=1;marginBottom=0;whiteSpace=wrap;html=1;" value="BudgetRepository" vertex="1">
          <mxGeometry height="109" width="389" x="22" y="678" as="geometry" />
        </mxCell>
        <mxCell id="Aq6hCuk4bC-hq_E02iHc-2" parent="Aq6hCuk4bC-hq_E02iHc-1" style="text;strokeColor=none;fillColor=none;align=left;verticalAlign=top;spacingLeft=4;spacingRight=4;overflow=hidden;rotatable=0;points=[[0,0.5],[1,0.5]];portConstraint=eastwest;whiteSpace=wrap;html=1;" value="- budget_salvato" vertex="1">
          <mxGeometry height="30" width="389" y="26" as="geometry" />
        </mxCell>
        <mxCell id="Aq6hCuk4bC-hq_E02iHc-3" parent="Aq6hCuk4bC-hq_E02iHc-1" style="line;strokeWidth=1;fillColor=none;align=left;verticalAlign=middle;spacingTop=-1;spacingLeft=3;spacingRight=3;rotatable=0;labelPosition=right;points=[];portConstraint=eastwest;strokeColor=inherit;" value="" vertex="1">
          <mxGeometry height="8" width="389" y="56" as="geometry" />
        </mxCell>
        <mxCell id="Aq6hCuk4bC-hq_E02iHc-4" parent="Aq6hCuk4bC-hq_E02iHc-1" style="text;strokeColor=none;fillColor=none;align=left;verticalAlign=top;spacingLeft=4;spacingRight=4;overflow=hidden;rotatable=0;points=[[0,0.5],[1,0.5]];portConstraint=eastwest;whiteSpace=wrap;html=1;" value="+ salva_budget()&lt;div&gt;+ carica_budget()&lt;/div&gt;" vertex="1">
          <mxGeometry height="45" width="389" y="64" as="geometry" />
        </mxCell>
      </root>
    </mxGraphModel>
  </diagram>
  <diagram id="Wiw77eZwSzH2ggtqHQHb" name="Pagina-4">
    <mxGraphModel dx="700" dy="769" grid="0" gridSize="10" guides="1" tooltips="1" connect="1" arrows="1" fold="1" page="0" pageScale="1" pageWidth="827" pageHeight="1169" math="0" shadow="0">
      <root>
        <mxCell id="0" />
        <mxCell id="1" parent="0" />
        <mxCell id="4CHAJoZvO35D4PWErL26-1" parent="1" style="rounded=1;whiteSpace=wrap;html=1;arcSize=40;fontColor=#000000;fillColor=#ffffc0;strokeColor=#ff0000;" value="Activity" vertex="1">
          <mxGeometry height="40" width="120" x="140" y="150" as="geometry" />
        </mxCell>
        <mxCell id="4CHAJoZvO35D4PWErL26-2" edge="1" parent="1" source="4CHAJoZvO35D4PWErL26-1" style="edgeStyle=orthogonalEdgeStyle;html=1;verticalAlign=bottom;endArrow=open;endSize=8;strokeColor=#ff0000;rounded=0;fontSize=12;curved=1;" value="">
          <mxGeometry relative="1" as="geometry">
            <mxPoint x="200" y="250" as="targetPoint" />
          </mxGeometry>
        </mxCell>
        <mxCell id="4CHAJoZvO35D4PWErL26-3" parent="1" style="strokeWidth=2;html=1;shape=mxgraph.flowchart.start_2;whiteSpace=wrap;" value="" vertex="1">
          <mxGeometry height="42" width="43" x="178.5" y="251" as="geometry" />
        </mxCell>
        <mxCell id="4CHAJoZvO35D4PWErL26-4" parent="1" style="rounded=1;whiteSpace=wrap;html=1;" value="&lt;div style=&quot;text-align: start;&quot;&gt;Inserimento nome&lt;/div&gt;&lt;div style=&quot;text-align: start;&quot;&gt;&lt;br&gt;&lt;/div&gt;&lt;div style=&quot;text-align: start;&quot;&gt;Inserimento email&lt;/div&gt;&lt;br style=&quot;text-align: start;&quot;&gt;&lt;div style=&quot;text-align: start;&quot;&gt;Inserimento stipendio&lt;/div&gt;&lt;br style=&quot;text-align: start;&quot;&gt;&lt;div style=&quot;text-align: start;&quot;&gt;validazione stipendio&lt;/div&gt;&lt;br style=&quot;text-align: start;&quot;&gt;&lt;div style=&quot;text-align: start;&quot;&gt;Creazione budget&lt;/div&gt;&lt;br style=&quot;text-align: start;&quot;&gt;&lt;div style=&quot;text-align: start;&quot;&gt;Salvataggio budget&lt;/div&gt;&lt;br style=&quot;text-align: start;&quot;&gt;&lt;div style=&quot;text-align: start;&quot;&gt;Creazione categorie&amp;nbsp;&lt;/div&gt;&lt;br style=&quot;text-align: start;&quot;&gt;&lt;div style=&quot;text-align: start;&quot;&gt;Allocazione fondi&lt;/div&gt;&lt;br style=&quot;text-align: start;&quot;&gt;&lt;div style=&quot;text-align: start;&quot;&gt;Inserimento spesa&lt;/div&gt;&lt;div style=&quot;text-align: start;&quot;&gt;&lt;br&gt;&lt;/div&gt;&lt;div style=&quot;text-align: start;&quot;&gt;Scelta categoria&lt;/div&gt;&lt;div style=&quot;text-align: start;&quot;&gt;&lt;br&gt;&lt;/div&gt;&lt;div style=&quot;text-align: start;&quot;&gt;Validazione importo&lt;/div&gt;&lt;div style=&quot;text-align: start;&quot;&gt;&lt;br&gt;&lt;/div&gt;&lt;div style=&quot;text-align: start;&quot;&gt;Aggiunta spesa&lt;/div&gt;&lt;div style=&quot;text-align: start;&quot;&gt;&lt;br&gt;&lt;/div&gt;&lt;div style=&quot;text-align: start;&quot;&gt;Altra spesa?&lt;/div&gt;" vertex="1">
          <mxGeometry height="383" width="329" x="40" y="293" as="geometry" />
        </mxCell>
        <mxCell id="4CHAJoZvO35D4PWErL26-8" parent="1" style="ellipse;html=1;shape=endState;fillColor=#000000;strokeColor=#ff0000;" value="" vertex="1">
          <mxGeometry height="48" width="57" x="180.5" y="995" as="geometry" />
        </mxCell>
        <mxCell id="4CHAJoZvO35D4PWErL26-9" parent="1" style="strokeWidth=2;html=1;shape=mxgraph.flowchart.decision;whiteSpace=wrap;" value="&lt;span style=&quot;text-align: start;&quot;&gt;[Sì]&lt;/span&gt;&lt;div&gt;&lt;br style=&quot;text-align: start;&quot;&gt;&lt;span style=&quot;text-align: start;&quot;&gt;Inserimento spesa&lt;/span&gt;&lt;br&gt;&lt;/div&gt;&lt;div style=&quot;text-align: start;&quot;&gt;&lt;br&gt;&lt;/div&gt;&lt;div style=&quot;text-align: start;&quot;&gt;&amp;nbsp; &amp;nbsp; &amp;nbsp; &amp;nbsp; &amp;nbsp; &amp;nbsp; &amp;nbsp;[No]&lt;/div&gt;&lt;div style=&quot;text-align: start;&quot;&gt;&lt;br&gt;&lt;/div&gt;&lt;div style=&quot;text-align: start;&quot;&gt;Generazione report&lt;/div&gt;&lt;div style=&quot;text-align: start;&quot;&gt;&lt;br&gt;&lt;/div&gt;&lt;div style=&quot;text-align: start;&quot;&gt;&lt;br&gt;&lt;/div&gt;&lt;div style=&quot;text-align: start;&quot;&gt;Visualizzazione report&lt;/div&gt;&lt;div style=&quot;text-align: start;&quot;&gt;&lt;br&gt;&lt;/div&gt;&lt;div style=&quot;text-align: start;&quot;&gt;&lt;br&gt;&lt;/div&gt;" vertex="1">
          <mxGeometry height="319" width="406" x="6" y="676" as="geometry" />
        </mxCell>
      </root>
    </mxGraphModel>
  </diagram>
  <diagram id="hfVyUqBWwj0FqoYW6rWz" name="Pagina-5">
    <mxGraphModel dx="1505" dy="1214" grid="0" gridSize="10" guides="1" tooltips="1" connect="1" arrows="1" fold="1" page="0" pageScale="1" pageWidth="827" pageHeight="1169" math="0" shadow="0">
      <root>
        <mxCell id="0" />
        <mxCell id="1" parent="0" />
        <mxCell id="dtVtFm_YxPxFYU9qSoqt-1" parent="1" style="html=1;whiteSpace=wrap;" value="" vertex="1">
          <mxGeometry height="1462" width="447" x="-4" y="12" as="geometry" />
        </mxCell>
        <mxCell id="dtVtFm_YxPxFYU9qSoqt-3" parent="1" style="shape=umlLifeline;perimeter=lifelinePerimeter;whiteSpace=wrap;html=1;container=1;dropTarget=0;collapsible=0;recursiveResize=0;outlineConnect=0;portConstraint=eastwest;newEdgeStyle={&quot;curved&quot;:0,&quot;rounded&quot;:0};" value="GESTIONE BUDGET MENSILE" vertex="1">
          <mxGeometry height="1383" width="100" x="35" y="45" as="geometry" />
        </mxCell>
        <mxCell id="hIr1jV-HwQya-4q7wrc4-1" parent="1" style="html=1;shape=mxgraph.sysml.package;overflow=fill;labelX=95;align=left;spacingLeft=5;verticalAlign=top;spacingTop=-3;" value="&lt;p style=&quot;margin:0px;margin-top:4px;margin-left:5px;text-align:left;&quot;&gt;&lt;b&gt;AppController&lt;/b&gt;&lt;/p&gt;" vertex="1">
          <mxGeometry height="80" width="160" x="218" y="109" as="geometry" />
        </mxCell>
        <mxCell id="hIr1jV-HwQya-4q7wrc4-2" parent="1" style="text;html=1;whiteSpace=wrap;strokeColor=none;fillColor=none;align=center;verticalAlign=middle;rounded=0;" value="Utente" vertex="1">
          <mxGeometry height="30" width="60" x="112" y="134" as="geometry" />
        </mxCell>
        <mxCell id="hIr1jV-HwQya-4q7wrc4-3" parent="1" style="text;html=1;whiteSpace=wrap;strokeColor=none;fillColor=none;align=center;verticalAlign=middle;rounded=0;" value="Inserire nome/email/stipendio" vertex="1">
          <mxGeometry height="30" width="131" x="229" y="134" as="geometry" />
        </mxCell>
        <mxCell id="hIr1jV-HwQya-4q7wrc4-4" parent="1" style="html=1;shape=mxgraph.sysml.package;overflow=fill;labelX=95;align=left;spacingLeft=5;verticalAlign=top;spacingTop=-3;" value="&lt;p style=&quot;margin:0px;margin-top:4px;margin-left:5px;text-align:left;&quot;&gt;&lt;b&gt;BudgetService&lt;/b&gt;&lt;/p&gt;" vertex="1">
          <mxGeometry height="80" width="160" x="218" y="204.5" as="geometry" />
        </mxCell>
        <mxCell id="hIr1jV-HwQya-4q7wrc4-5" parent="1" style="html=1;shape=mxgraph.sysml.package;overflow=fill;labelX=117;align=left;spacingLeft=5;verticalAlign=top;spacingTop=-3;" value="&lt;p style=&quot;margin:0px;margin-top:4px;margin-left:5px;text-align:left;&quot;&gt;&lt;b&gt;BudgetMensile&lt;/b&gt;&lt;/p&gt;" vertex="1">
          <mxGeometry height="80" width="197" x="218" y="310" as="geometry" />
        </mxCell>
        <mxCell id="hIr1jV-HwQya-4q7wrc4-6" parent="1" style="html=1;shape=mxgraph.sysml.package;overflow=fill;labelX=95;align=left;spacingLeft=5;verticalAlign=top;spacingTop=-3;" value="&lt;p style=&quot;margin:0px;margin-top:4px;margin-left:5px;text-align:left;&quot;&gt;&lt;b&gt;BudgetService&lt;/b&gt;&lt;/p&gt;" vertex="1">
          <mxGeometry height="80" width="174.5" x="214.5" y="416" as="geometry" />
        </mxCell>
        <mxCell id="hIr1jV-HwQya-4q7wrc4-7" parent="1" style="html=1;shape=mxgraph.sysml.package;overflow=fill;labelX=95;align=left;spacingLeft=5;verticalAlign=top;spacingTop=-3;" value="&lt;p style=&quot;margin:0px;margin-top:4px;margin-left:5px;text-align:left;&quot;&gt;&lt;b&gt;AppController&lt;/b&gt;&lt;/p&gt;" vertex="1">
          <mxGeometry height="80" width="160" x="214.5" y="517" as="geometry" />
        </mxCell>
        <mxCell id="hIr1jV-HwQya-4q7wrc4-8" parent="1" style="html=1;shape=mxgraph.sysml.package;overflow=fill;labelX=95;align=left;spacingLeft=5;verticalAlign=top;spacingTop=-3;" value="&lt;p style=&quot;margin:0px;margin-top:4px;margin-left:5px;text-align:left;&quot;&gt;&lt;b&gt;AppController&lt;/b&gt;&lt;/p&gt;" vertex="1">
          <mxGeometry height="80" width="160" x="214.5" y="614" as="geometry" />
        </mxCell>
        <mxCell id="hIr1jV-HwQya-4q7wrc4-9" parent="1" style="html=1;shape=mxgraph.sysml.package;overflow=fill;labelX=122.5;align=left;spacingLeft=5;verticalAlign=top;spacingTop=-3;" value="&lt;p style=&quot;margin:0px;margin-top:4px;margin-left:5px;text-align:left;&quot;&gt;&lt;b&gt;AllocazioneService&lt;/b&gt;&lt;/p&gt;" vertex="1">
          <mxGeometry height="80" width="181.5" x="214.5" y="711" as="geometry" />
        </mxCell>
        <mxCell id="hIr1jV-HwQya-4q7wrc4-10" parent="1" style="text;html=1;whiteSpace=wrap;strokeColor=none;fillColor=none;align=center;verticalAlign=middle;rounded=0;" value="AppController" vertex="1">
          <mxGeometry height="30" width="94" x="93" y="229.5" as="geometry" />
        </mxCell>
        <mxCell id="hIr1jV-HwQya-4q7wrc4-11" parent="1" style="text;html=1;whiteSpace=wrap;strokeColor=none;fillColor=none;align=center;verticalAlign=middle;rounded=0;" value="BudgetService" vertex="1">
          <mxGeometry height="30" width="90" x="101" y="335" as="geometry" />
        </mxCell>
        <mxCell id="hIr1jV-HwQya-4q7wrc4-12" parent="1" style="text;html=1;whiteSpace=wrap;strokeColor=none;fillColor=none;align=center;verticalAlign=middle;rounded=0;" value="BudgetMensile" vertex="1">
          <mxGeometry height="30" width="97" x="97" y="441" as="geometry" />
        </mxCell>
        <mxCell id="hIr1jV-HwQya-4q7wrc4-13" parent="1" style="text;html=1;whiteSpace=wrap;strokeColor=none;fillColor=none;align=center;verticalAlign=middle;rounded=0;" value="BudgetService" vertex="1">
          <mxGeometry height="30" width="102" x="94" y="539" as="geometry" />
        </mxCell>
        <mxCell id="hIr1jV-HwQya-4q7wrc4-14" parent="1" style="text;html=1;whiteSpace=wrap;strokeColor=none;fillColor=none;align=center;verticalAlign=middle;rounded=0;" value="BudgetRepository" vertex="1">
          <mxGeometry height="30" width="98" x="101" y="639" as="geometry" />
        </mxCell>
        <mxCell id="hIr1jV-HwQya-4q7wrc4-15" parent="1" style="text;html=1;whiteSpace=wrap;strokeColor=none;fillColor=none;align=center;verticalAlign=middle;rounded=0;" value="AppController" vertex="1">
          <mxGeometry height="30" width="91" x="98" y="734" as="geometry" />
        </mxCell>
        <mxCell id="hIr1jV-HwQya-4q7wrc4-16" parent="1" style="text;html=1;whiteSpace=wrap;strokeColor=none;fillColor=none;align=center;verticalAlign=middle;rounded=0;" value="Crea BudgetMensile" vertex="1">
          <mxGeometry height="30" width="141" x="239" y="338" as="geometry" />
        </mxCell>
        <mxCell id="hIr1jV-HwQya-4q7wrc4-17" parent="1" style="text;html=1;whiteSpace=wrap;strokeColor=none;fillColor=none;align=center;verticalAlign=middle;rounded=0;" value="Crea_budget ()&amp;nbsp;" vertex="1">
          <mxGeometry height="30" width="110" x="236" y="238" as="geometry" />
        </mxCell>
        <mxCell id="hIr1jV-HwQya-4q7wrc4-18" parent="1" style="text;html=1;whiteSpace=wrap;strokeColor=none;fillColor=none;align=center;verticalAlign=middle;rounded=0;" value="ritorna budget" vertex="1">
          <mxGeometry height="30" width="119" x="236" y="447" as="geometry" />
        </mxCell>
        <mxCell id="hIr1jV-HwQya-4q7wrc4-19" parent="1" style="text;html=1;whiteSpace=wrap;strokeColor=none;fillColor=none;align=center;verticalAlign=middle;rounded=0;" value="Salva_budget()" vertex="1">
          <mxGeometry height="30" width="121" x="234" y="549" as="geometry" />
        </mxCell>
        <mxCell id="hIr1jV-HwQya-4q7wrc4-21" parent="1" style="text;html=1;whiteSpace=wrap;strokeColor=none;fillColor=none;align=center;verticalAlign=middle;rounded=0;" value="Alloca_budget()" vertex="1">
          <mxGeometry height="30" width="105" x="245.5" y="744" as="geometry" />
        </mxCell>
        <mxCell id="hIr1jV-HwQya-4q7wrc4-22" parent="1" style="html=1;shape=mxgraph.sysml.package;overflow=fill;labelX=95;align=left;spacingLeft=5;verticalAlign=top;spacingTop=-3;" value="&lt;p style=&quot;margin:0px;margin-top:4px;margin-left:5px;text-align:left;&quot;&gt;&lt;b&gt;BudgetMensile&lt;/b&gt;&lt;/p&gt;" vertex="1">
          <mxGeometry height="80" width="160" x="218" y="812" as="geometry" />
        </mxCell>
        <mxCell id="hIr1jV-HwQya-4q7wrc4-23" parent="1" style="text;html=1;whiteSpace=wrap;strokeColor=none;fillColor=none;align=center;verticalAlign=middle;rounded=0;" value="AllocazioneService" vertex="1">
          <mxGeometry height="30" width="99" x="97" y="835" as="geometry" />
        </mxCell>
        <mxCell id="hIr1jV-HwQya-4q7wrc4-24" parent="1" style="text;html=1;whiteSpace=wrap;strokeColor=none;fillColor=none;align=center;verticalAlign=middle;rounded=0;" value="Crea fondi" vertex="1">
          <mxGeometry height="30" width="110" x="243" y="843" as="geometry" />
        </mxCell>
        <mxCell id="f3K1yuimW3joASdZ_Uhs-2" parent="1" style="html=1;shape=mxgraph.sysml.package;overflow=fill;labelX=95;align=left;spacingLeft=5;verticalAlign=top;spacingTop=-3;" value="&lt;p style=&quot;margin:0px;margin-top:4px;margin-left:5px;text-align:left;&quot;&gt;&lt;b&gt;AppController&lt;/b&gt;&lt;/p&gt;" vertex="1">
          <mxGeometry height="80" width="160" x="225.25" y="916" as="geometry" />
        </mxCell>
        <mxCell id="f3K1yuimW3joASdZ_Uhs-3" parent="1" style="text;html=1;whiteSpace=wrap;strokeColor=none;fillColor=none;align=center;verticalAlign=middle;rounded=0;" value="BudgetMensile" vertex="1">
          <mxGeometry height="30" width="60" x="116.5" y="936" as="geometry" />
        </mxCell>
        <mxCell id="f3K1yuimW3joASdZ_Uhs-5" parent="1" style="text;html=1;whiteSpace=wrap;strokeColor=none;fillColor=none;align=center;verticalAlign=middle;rounded=0;" value="AppController" vertex="1">
          <mxGeometry height="30" width="60" x="113.5" y="1039" as="geometry" />
        </mxCell>
        <mxCell id="f3K1yuimW3joASdZ_Uhs-6" parent="1" style="html=1;shape=mxgraph.sysml.package;overflow=fill;labelX=95;align=left;spacingLeft=5;verticalAlign=top;spacingTop=-3;" value="&lt;p style=&quot;margin:0px;margin-top:4px;margin-left:5px;text-align:left;&quot;&gt;&lt;b&gt;BudgetMensile&lt;/b&gt;&lt;/p&gt;" vertex="1">
          <mxGeometry height="80" width="160" x="221.75" y="1014" as="geometry" />
        </mxCell>
        <mxCell id="f3K1yuimW3joASdZ_Uhs-7" parent="1" style="html=1;shape=mxgraph.sysml.package;overflow=fill;labelX=95;align=left;spacingLeft=5;verticalAlign=top;spacingTop=-3;" value="&lt;p style=&quot;margin:0px;margin-top:4px;margin-left:5px;text-align:left;&quot;&gt;&lt;b&gt;AppController&lt;/b&gt;&lt;/p&gt;" vertex="1">
          <mxGeometry height="80" width="160" x="225.25" y="1134" as="geometry" />
        </mxCell>
        <mxCell id="f3K1yuimW3joASdZ_Uhs-8" parent="1" style="html=1;shape=mxgraph.sysml.package;overflow=fill;labelX=95;align=left;spacingLeft=5;verticalAlign=top;spacingTop=-3;" value="&lt;b&gt;ReportService&lt;/b&gt;" vertex="1">
          <mxGeometry height="80" width="160" x="225.25" y="1254" as="geometry" />
        </mxCell>
        <mxCell id="f3K1yuimW3joASdZ_Uhs-9" parent="1" style="html=1;shape=mxgraph.sysml.package;overflow=fill;labelX=95;align=left;spacingLeft=5;verticalAlign=top;spacingTop=-3;" value="&lt;p style=&quot;margin:0px;margin-top:4px;margin-left:5px;text-align:left;&quot;&gt;&lt;b&gt;Utente&lt;/b&gt;&lt;/p&gt;" vertex="1">
          <mxGeometry height="80" width="160" x="221.75" y="1374" as="geometry" />
        </mxCell>
        <mxCell id="f3K1yuimW3joASdZ_Uhs-10" parent="1" style="text;html=1;whiteSpace=wrap;strokeColor=none;fillColor=none;align=center;verticalAlign=middle;rounded=0;" value="BudgetMensile" vertex="1">
          <mxGeometry height="30" width="60" x="115.5" y="1169" as="geometry" />
        </mxCell>
        <mxCell id="f3K1yuimW3joASdZ_Uhs-11" parent="1" style="text;html=1;whiteSpace=wrap;strokeColor=none;fillColor=none;align=center;verticalAlign=middle;rounded=0;" value="AppController" vertex="1">
          <mxGeometry height="30" width="60" x="112" y="1287" as="geometry" />
        </mxCell>
        <mxCell id="f3K1yuimW3joASdZ_Uhs-12" parent="1" style="text;html=1;whiteSpace=wrap;strokeColor=none;fillColor=none;align=center;verticalAlign=middle;rounded=0;" value="ReportService" vertex="1">
          <mxGeometry height="30" width="60" x="115.5" y="1405" as="geometry" />
        </mxCell>
        <mxCell id="f3K1yuimW3joASdZ_Uhs-13" parent="1" style="text;html=1;whiteSpace=wrap;strokeColor=none;fillColor=none;align=center;verticalAlign=middle;rounded=0;" value="Genera_report" vertex="1">
          <mxGeometry height="30" width="60" x="265.5" y="1285" as="geometry" />
        </mxCell>
        <mxCell id="f3K1yuimW3joASdZ_Uhs-14" parent="1" style="text;html=1;whiteSpace=wrap;strokeColor=none;fillColor=none;align=center;verticalAlign=middle;rounded=0;" value="Registra spese" vertex="1">
          <mxGeometry height="30" width="110" x="250" y="1044" as="geometry" />
        </mxCell>
      </root>
    </mxGraphModel>
  </diagram>
</mxfile>
